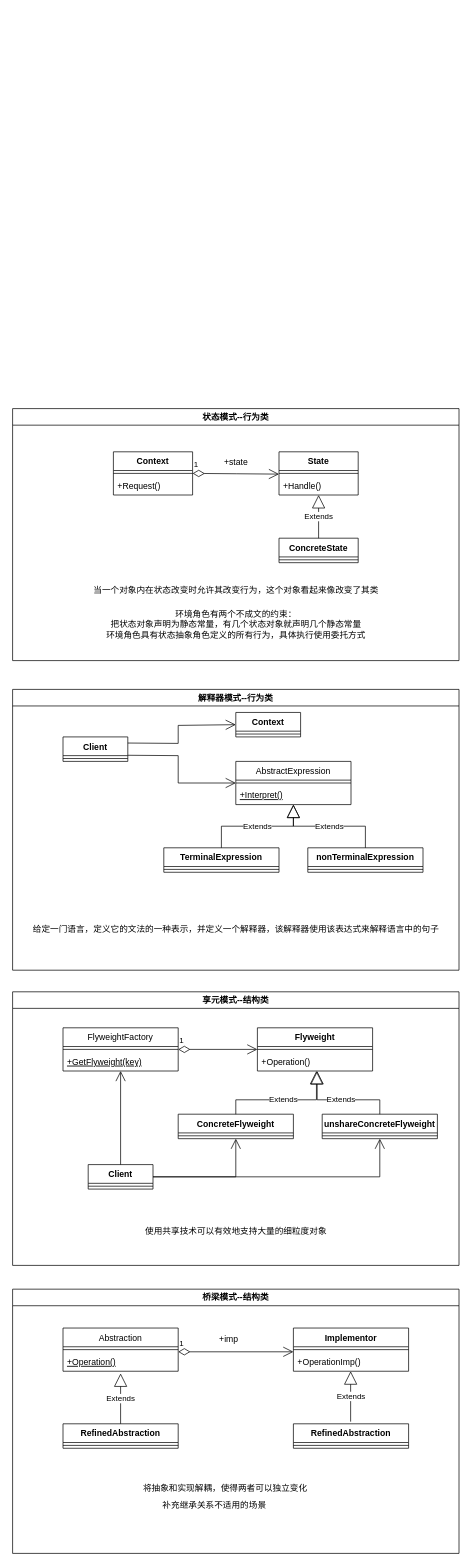
Earlier version of the draw.io diagram 未命名绘图.drawio (mr13478647226/design-patterns). Source tidied: cells renumbered, new cells numbered last; positions are measured from the earlier drawing's top-left corner, leaving out a move shared by most shapes. Both pictures are drawn from the tidied source at 72%, with x=0, y=0 at pixel (12, 408).
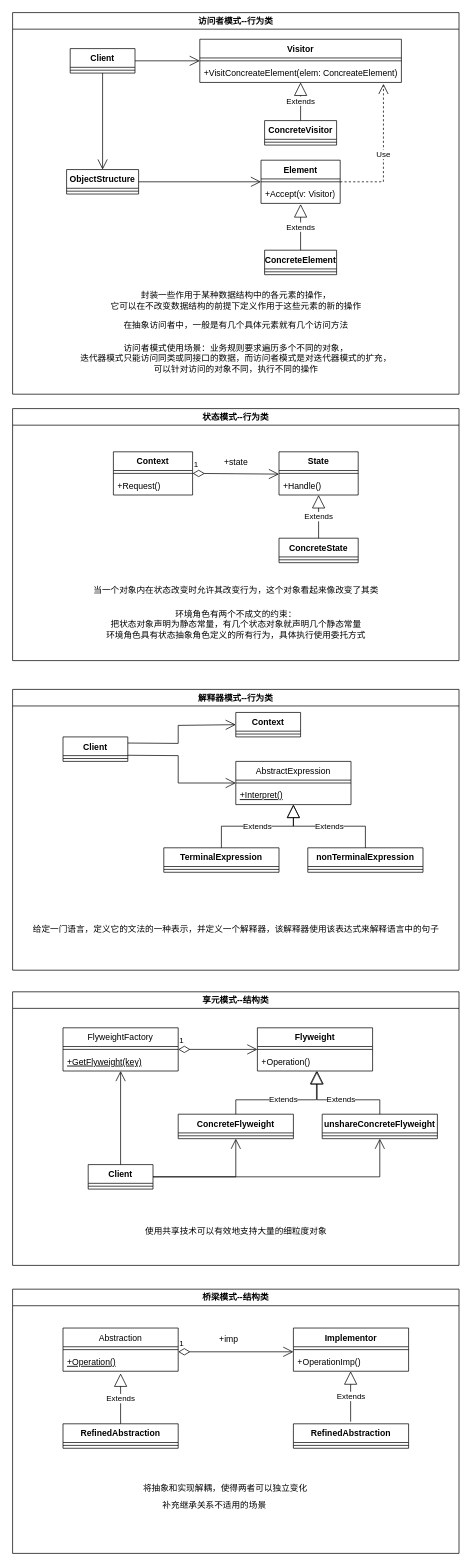
Above is the later version.

Commit message:
访问者模式.drawio

The edit, as a diff of the source:
```diff
@@
+    <mxCell id="70" value="访问者模式--行为类" style="swimlane;whiteSpace=wrap;html=1;" parent="1" vertex="1">
+      <mxGeometry y="-550" width="620" height="530" as="geometry" />
+    </mxCell>
+    <mxCell id="71" value="Client" style="swimlane;fontStyle=1;align=center;verticalAlign=top;horizontal=1;startSize=26;whiteSpace=wrap;html=1;" parent="70" vertex="1">
+      <mxGeometry x="80" y="50" width="90" height="34" as="geometry" />
+    </mxCell>
+    <mxCell id="72" style="line;strokeWidth=1;fillColor=none;align=left;verticalAlign=middle;spacingTop=-1;spacingLeft=3;spacingRight=3;labelPosition=right;strokeColor=inherit;" parent="71" vertex="1">
+      <mxGeometry y="26" width="90" height="8" as="geometry" />
+    </mxCell>
+    <mxCell id="73" value="ObjectStructure" style="swimlane;fontStyle=1;align=center;verticalAlign=top;horizontal=1;startSize=26;whiteSpace=wrap;html=1;" parent="70" vertex="1">
+      <mxGeometry x="75" y="218" width="100" height="34" as="geometry" />
+    </mxCell>
+    <mxCell id="74" style="line;strokeWidth=1;fillColor=none;align=left;verticalAlign=middle;spacingTop=-1;spacingLeft=3;spacingRight=3;labelPosition=right;strokeColor=inherit;" parent="73" vertex="1">
+      <mxGeometry y="26" width="100" height="8" as="geometry" />
+    </mxCell>
+    <mxCell id="75" value="Visitor" style="swimlane;fontStyle=1;align=center;verticalAlign=top;horizontal=1;startSize=26;whiteSpace=wrap;html=1;" parent="70" vertex="1">
+      <mxGeometry x="260" y="37" width="280" height="60" as="geometry" />
+    </mxCell>
+    <mxCell id="76" style="line;strokeWidth=1;fillColor=none;align=left;verticalAlign=middle;spacingTop=-1;spacingLeft=3;spacingRight=3;labelPosition=right;strokeColor=inherit;" parent="75" vertex="1">
+      <mxGeometry y="26" width="280" height="8" as="geometry" />
+    </mxCell>
+    <mxCell id="77" value="+VisitConcreateElement(elem: ConcreateElement)" style="text;strokeColor=none;fillColor=none;align=left;verticalAlign=top;spacingLeft=4;spacingRight=4;overflow=hidden;points=[[0,0.5],[1,0.5]];portConstraint=eastwest;whiteSpace=wrap;html=1;" parent="75" vertex="1">
+      <mxGeometry y="34" width="280" height="26" as="geometry" />
+    </mxCell>
+    <mxCell id="78" value="ConcreteVisitor" style="swimlane;fontStyle=1;align=center;verticalAlign=top;horizontal=1;startSize=26;whiteSpace=wrap;html=1;" parent="70" vertex="1">
+      <mxGeometry x="350" y="150" width="100" height="34" as="geometry" />
+    </mxCell>
+    <mxCell id="79" style="line;strokeWidth=1;fillColor=none;align=left;verticalAlign=middle;spacingTop=-1;spacingLeft=3;spacingRight=3;labelPosition=right;strokeColor=inherit;" parent="78" vertex="1">
+      <mxGeometry y="26" width="100" height="8" as="geometry" />
+    </mxCell>
+    <mxCell id="80" value="Element" style="swimlane;fontStyle=1;align=center;verticalAlign=top;horizontal=1;startSize=26;whiteSpace=wrap;html=1;" parent="70" vertex="1">
+      <mxGeometry x="345" y="205" width="110" height="60" as="geometry" />
+    </mxCell>
+    <mxCell id="81" style="line;strokeWidth=1;fillColor=none;align=left;verticalAlign=middle;spacingTop=-1;spacingLeft=3;spacingRight=3;labelPosition=right;strokeColor=inherit;" parent="80" vertex="1">
+      <mxGeometry y="26" width="110" height="8" as="geometry" />
+    </mxCell>
+    <mxCell id="82" value="+Accept(v: Visitor)" style="text;strokeColor=none;fillColor=none;align=left;verticalAlign=top;spacingLeft=4;spacingRight=4;overflow=hidden;points=[[0,0.5],[1,0.5]];portConstraint=eastwest;whiteSpace=wrap;html=1;" parent="80" vertex="1">
+      <mxGeometry y="34" width="110" height="26" as="geometry" />
+    </mxCell>
+    <mxCell id="83" style="endArrow=open;endFill=1;endSize=12;html=1;rounded=0;exitX=1;exitY=0.5;exitDx=0;exitDy=0;entryX=0;entryY=0.5;entryDx=0;entryDy=0;" parent="70" edge="1" source="71" target="75">
+      <mxGeometry relative="1" as="geometry" />
+    </mxCell>
+    <mxCell id="84" style="endArrow=open;endFill=1;endSize=12;html=1;rounded=0;exitX=0.5;exitY=1;exitDx=0;exitDy=0;entryX=0.5;entryY=0;entryDx=0;entryDy=0;" parent="70" edge="1" source="71" target="73">
+      <mxGeometry relative="1" as="geometry" />
+    </mxCell>
+    <mxCell id="85" style="endArrow=open;endFill=1;endSize=12;html=1;rounded=0;exitX=1;exitY=0.5;exitDx=0;exitDy=0;entryX=0;entryY=0.5;entryDx=0;entryDy=0;" parent="70" edge="1" source="73" target="80">
+      <mxGeometry relative="1" as="geometry" />
+    </mxCell>
+    <mxCell id="86" value="Use" style="endArrow=open;endSize=12;dashed=1;html=1;rounded=0;entryX=0.911;entryY=1.077;entryDx=0;entryDy=0;entryPerimeter=0;exitX=1;exitY=0.5;exitDx=0;exitDy=0;" parent="70" edge="1" source="80" target="77">
+      <mxGeometry relative="1" as="geometry">
+        <Array as="points">
+          <mxPoint x="515" y="235" />
+        </Array>
+      </mxGeometry>
+    </mxCell>
+    <mxCell id="87" value="Extends" style="endArrow=block;endSize=16;endFill=0;html=1;rounded=0;exitX=0.5;exitY=0;exitDx=0;exitDy=0;entryX=0.5;entryY=1;entryDx=0;entryDy=0;entryPerimeter=0;" parent="70" edge="1" source="78" target="77">
+      <mxGeometry relative="1" as="geometry" />
+    </mxCell>
+    <mxCell id="88" value="ConcreteElement" style="swimlane;fontStyle=1;align=center;verticalAlign=top;horizontal=1;startSize=26;whiteSpace=wrap;html=1;" parent="70" vertex="1">
+      <mxGeometry x="350" y="330" width="100" height="34" as="geometry" />
+    </mxCell>
+    <mxCell id="89" style="line;strokeWidth=1;fillColor=none;align=left;verticalAlign=middle;spacingTop=-1;spacingLeft=3;spacingRight=3;labelPosition=right;strokeColor=inherit;" parent="88" vertex="1">
+      <mxGeometry y="26" width="100" height="8" as="geometry" />
+    </mxCell>
+    <mxCell id="90" value="Extends" style="endArrow=block;endSize=16;endFill=0;html=1;rounded=0;exitX=0.5;exitY=0;exitDx=0;exitDy=0;entryX=0.5;entryY=1.038;entryDx=0;entryDy=0;entryPerimeter=0;" parent="70" edge="1" source="88" target="82">
+      <mxGeometry relative="1" as="geometry" />
+    </mxCell>
+    <mxCell id="91" value="封装一些作用于某种数据结构中的各元素的操作，&lt;br&gt;它可以在不改变数据结构的前提下定义作用于这些元素的新的操作" style="text;html=1;align=center;verticalAlign=middle;strokeColor=none;fillColor=none;" parent="70" vertex="1">
+      <mxGeometry x="125" y="380" width="370" height="40" as="geometry" />
+    </mxCell>
+    <mxCell id="92" value="在抽象访问者中，一般是有几个具体元素就有几个访问方法" style="text;html=1;align=center;verticalAlign=middle;strokeColor=none;fillColor=none;" parent="70" vertex="1">
+      <mxGeometry x="140" y="420" width="340" height="30" as="geometry" />
+    </mxCell>
+    <mxCell id="93" value="访问者模式使用场景：业务规则要求遍历多个不同的对象，&lt;br&gt;迭代器模式只能访问同类或同接口的数据，而访问者模式是对迭代器模式的扩充，&lt;br&gt;可以针对访问的对象不同，执行不同的操作" style="text;html=1;align=center;verticalAlign=middle;strokeColor=none;fillColor=none;" parent="70" vertex="1">
+      <mxGeometry x="80" y="450" width="460" height="60" as="geometry" />
+    </mxCell>
```
